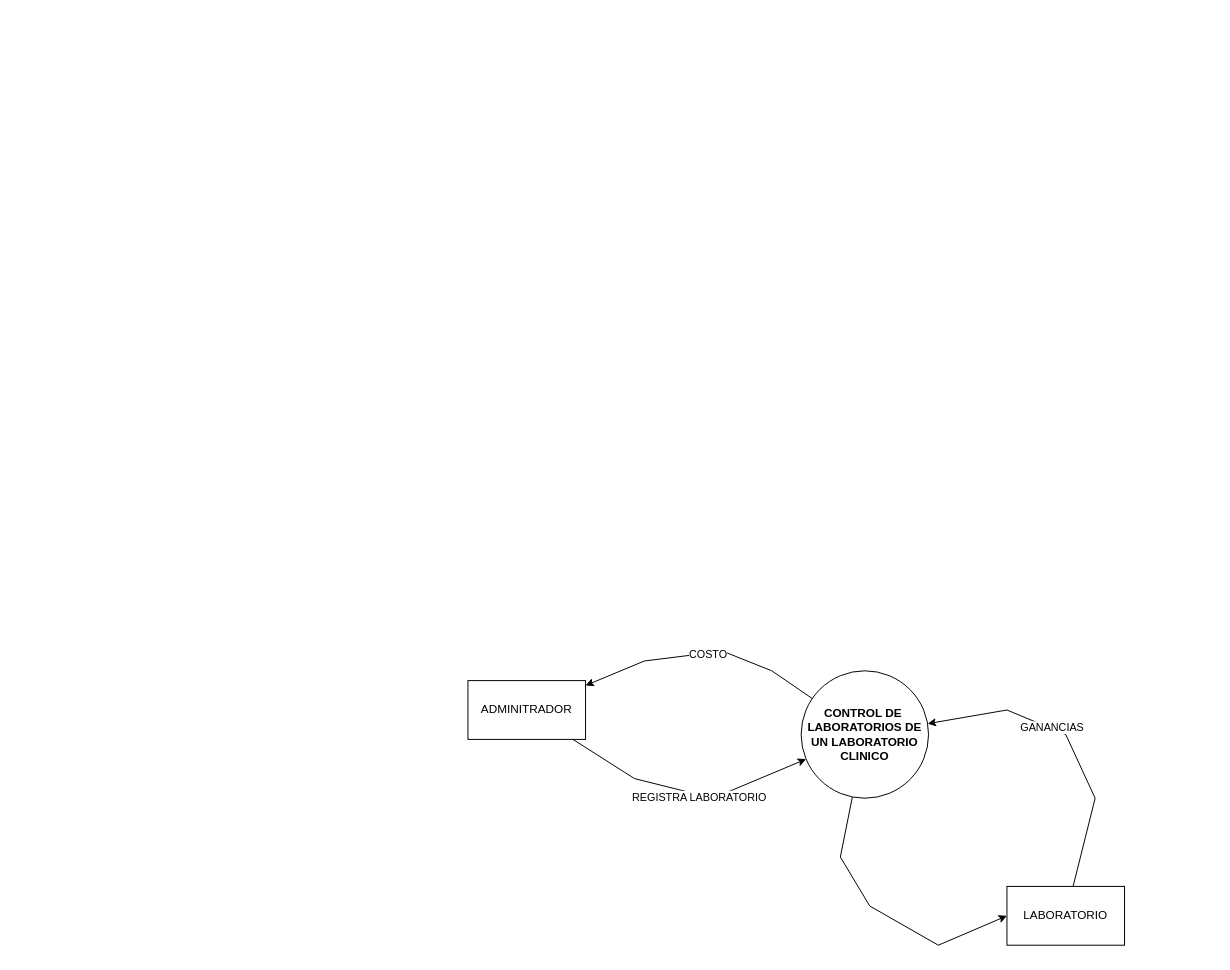
The draw.io diagram tarea.drawio in tomyivan/juez-pato, before the edit. Source tidied: cells renumbered, new cells numbered last; positions are measured from the earlier drawing's top-left corner, leaving out a move shared by most shapes. Both pictures are drawn from the tidied source at 98%, with x=0, y=0 at pixel (467, 651).
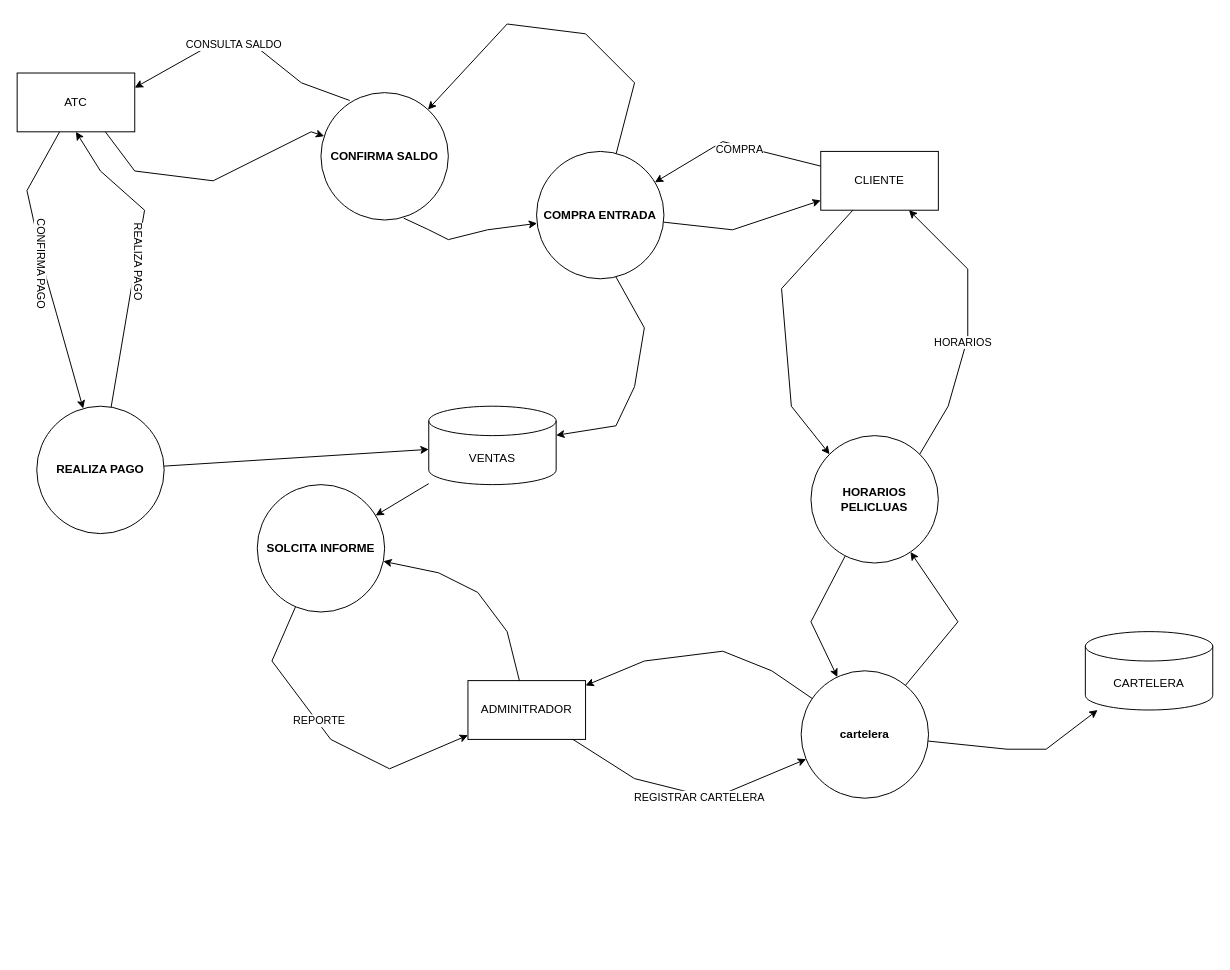
The same diagram, later.

Unchanged cells that the change refers to:
```xml
<mxCell id="3" value="ADMINITRADOR" style="rounded=0;whiteSpace=wrap;html=1;" parent="1" vertex="1">
  <mxGeometry y="30" width="120" height="60" as="geometry" />
</mxCell>
<mxCell id="4" style="endArrow=classic;html=1;rounded=0;" parent="1" edge="1" source="2" target="3">
  <mxGeometry relative="1" as="geometry">
    <Array as="points">
      <mxPoint x="310" y="20" />
      <mxPoint x="260" />
      <mxPoint x="180" y="10" />
    </Array>
  </mxGeometry>
</mxCell>
<mxCell id="6" style="endArrow=classic;html=1;rounded=0;" parent="1" edge="1" source="3" target="2">
  <mxGeometry relative="1" as="geometry">
    <Array as="points">
      <mxPoint x="170" y="130" />
      <mxPoint x="250" y="150" />
    </Array>
  </mxGeometry>
</mxCell>
```

What changed in the source:
```diff
@@
-    <mxCell id="2" value="&lt;b&gt;CONTROL DE&amp;nbsp; LABORATORIOS DE UN LABORATORIO CLINICO&lt;/b&gt;" style="ellipse;whiteSpace=wrap;html=1;" parent="1" vertex="1">
+    <mxCell id="2" value="&lt;b&gt;cartelera&lt;/b&gt;" style="ellipse;whiteSpace=wrap;html=1;" parent="1" vertex="1">
       <mxGeometry x="340" y="20" width="130" height="130" as="geometry" />
     </mxCell>
@@
-    <mxCell id="5" value="COSTO" style="edgeLabel;html=1;align=center;verticalAlign=middle;" parent="4" vertex="1">
-      <mxGeometry x="-0.04" y="1" relative="1" as="geometry" />
-    </mxCell>
@@
-    <mxCell id="7" value="REGISTRA LABORATORIO" style="edgeLabel;html=1;align=center;verticalAlign=middle;" parent="6" vertex="1">
+    <mxCell id="7" value="REGISTRAR CARTELERA" style="edgeLabel;html=1;align=center;verticalAlign=middle;" parent="6" vertex="1">
       <mxGeometry x="0.1" y="-2" relative="1" as="geometry" />
     </mxCell>
-    <mxCell id="8" value="LABORATORIO" style="rounded=0;whiteSpace=wrap;html=1;" parent="1" vertex="1">
-      <mxGeometry x="550" y="240" width="120" height="60" as="geometry" />
-    </mxCell>
-    <mxCell id="9" style="endArrow=classic;html=1;rounded=0;" parent="1" edge="1" source="8" target="2">
-      <mxGeometry relative="1" as="geometry">
-        <Array as="points">
-          <mxPoint x="640" y="150" />
-          <mxPoint x="610" y="85" />
-          <mxPoint x="550" y="60" />
-        </Array>
-      </mxGeometry>
-    </mxCell>
-    <mxCell id="10" value="GANANCIAS" style="edgeLabel;html=1;align=center;verticalAlign=middle;" parent="9" vertex="1">
-      <mxGeometry x="0.16" y="-1" relative="1" as="geometry" />
-    </mxCell>
-    <mxCell id="11" style="endArrow=classic;html=1;rounded=0;entryX=0;entryY=0.5;entryDx=0;entryDy=0;" parent="1" edge="1" source="2" target="8">
+    <mxCell id="11" style="endArrow=classic;html=1;rounded=0;" parent="1" edge="1" source="2" target="12">
       <mxGeometry relative="1" as="geometry">
         <Array as="points">
-          <mxPoint x="380" y="210" />
-          <mxPoint x="410" y="260" />
-          <mxPoint x="480" y="300" />
+          <mxPoint x="550" y="100" />
+          <mxPoint x="590" y="100" />
         </Array>
       </mxGeometry>
     </mxCell>
+    <mxCell id="12" value="CARTELERA" style="shape=cylinder3;whiteSpace=wrap;html=1;boundedLbl=1;backgroundOutline=1;size=15;" parent="1" vertex="1">
+      <mxGeometry x="630" y="-20" width="130" height="80" as="geometry" />
+    </mxCell>
+    <mxCell id="13" value="CLIENTE" style="rounded=0;whiteSpace=wrap;html=1;" parent="1" vertex="1">
+      <mxGeometry x="360" y="-510" width="120" height="60" as="geometry" />
+    </mxCell>
+    <mxCell id="14" value="ATC" style="rounded=0;whiteSpace=wrap;html=1;" parent="1" vertex="1">
+      <mxGeometry x="-460" y="-590" width="120" height="60" as="geometry" />
+    </mxCell>
+    <mxCell id="15" value="VENTAS" style="shape=cylinder3;whiteSpace=wrap;html=1;boundedLbl=1;backgroundOutline=1;size=15;" parent="1" vertex="1">
+      <mxGeometry x="-40" y="-250" width="130" height="80" as="geometry" />
+    </mxCell>
+    <mxCell id="16" value="&lt;b&gt;HORARIOS PELICLUAS&lt;/b&gt;" style="ellipse;whiteSpace=wrap;html=1;" parent="1" vertex="1">
+      <mxGeometry x="350" y="-220" width="130" height="130" as="geometry" />
+    </mxCell>
+    <mxCell id="17" value="&lt;b&gt;SOLCITA INFORME&lt;/b&gt;" style="ellipse;whiteSpace=wrap;html=1;" parent="1" vertex="1">
+      <mxGeometry x="-215" y="-170" width="130" height="130" as="geometry" />
+    </mxCell>
+    <mxCell id="18" style="endArrow=classic;html=1;rounded=0;" parent="1" edge="1" source="3" target="17">
+      <mxGeometry relative="1" as="geometry">
+        <Array as="points">
+          <mxPoint x="40" y="-20" />
+          <mxPoint x="10" y="-60" />
+          <mxPoint x="-30" y="-80" />
+        </Array>
+      </mxGeometry>
+    </mxCell>
+    <mxCell id="19" style="endArrow=classic;html=1;rounded=0;" parent="1" edge="1" source="17" target="3">
+      <mxGeometry relative="1" as="geometry">
+        <Array as="points">
+          <mxPoint x="-200" y="10" />
+          <mxPoint x="-140" y="90" />
+          <mxPoint x="-80" y="120" />
+        </Array>
+      </mxGeometry>
+    </mxCell>
+    <mxCell id="20" value="REPORTE" style="edgeLabel;html=1;align=center;verticalAlign=middle;" parent="19" vertex="1">
+      <mxGeometry x="-0.13" y="2" relative="1" as="geometry" />
+    </mxCell>
+    <mxCell id="21" style="endArrow=classic;html=1;rounded=0;" parent="1" edge="1" source="15" target="17">
+      <mxGeometry relative="1" as="geometry" />
+    </mxCell>
+    <mxCell id="22" style="endArrow=classic;html=1;rounded=0;entryX=0;entryY=0;entryDx=0;entryDy=0;" parent="1" edge="1" source="13" target="16">
+      <mxGeometry relative="1" as="geometry">
+        <Array as="points">
+          <mxPoint x="320" y="-370" />
+          <mxPoint x="330" y="-250" />
+        </Array>
+      </mxGeometry>
+    </mxCell>
+    <mxCell id="23" style="endArrow=classic;html=1;rounded=0;entryX=0.75;entryY=1;entryDx=0;entryDy=0;exitX=1;exitY=0;exitDx=0;exitDy=0;" parent="1" edge="1" source="16" target="13">
+      <mxGeometry relative="1" as="geometry">
+        <Array as="points">
+          <mxPoint x="490" y="-250" />
+          <mxPoint x="510" y="-320" />
+          <mxPoint x="510" y="-390" />
+        </Array>
+      </mxGeometry>
+    </mxCell>
+    <mxCell id="24" value="HORARIOS" style="edgeLabel;html=1;align=center;verticalAlign=middle;" parent="23" vertex="1">
+      <mxGeometry x="-0.12" y="4" relative="1" as="geometry">
+        <mxPoint y="1" as="offset" />
+      </mxGeometry>
+    </mxCell>
+    <mxCell id="25" style="endArrow=classic;html=1;rounded=0;" parent="1" edge="1" source="16" target="2">
+      <mxGeometry relative="1" as="geometry">
+        <Array as="points">
+          <mxPoint x="350" y="-30" />
+        </Array>
+      </mxGeometry>
+    </mxCell>
+    <mxCell id="26" style="endArrow=classic;html=1;rounded=0;" parent="1" edge="1" source="2" target="16">
+      <mxGeometry relative="1" as="geometry">
+        <Array as="points">
+          <mxPoint x="500" y="-30" />
+        </Array>
+      </mxGeometry>
+    </mxCell>
+    <mxCell id="27" value="&lt;b&gt;COMPRA ENTRADA&lt;/b&gt;" style="ellipse;whiteSpace=wrap;html=1;" parent="1" vertex="1">
+      <mxGeometry x="70" y="-510" width="130" height="130" as="geometry" />
+    </mxCell>
+    <mxCell id="28" style="endArrow=classic;html=1;rounded=0;exitX=0;exitY=0.25;exitDx=0;exitDy=0;" parent="1" edge="1" source="13" target="27">
+      <mxGeometry relative="1" as="geometry">
+        <Array as="points">
+          <mxPoint x="260" y="-520" />
+        </Array>
+      </mxGeometry>
+    </mxCell>
+    <mxCell id="29" value="COMPRA" style="edgeLabel;html=1;align=center;verticalAlign=middle;" parent="28" vertex="1">
+      <mxGeometry x="-0.09" y="3" relative="1" as="geometry">
+        <mxPoint x="-1" as="offset" />
+      </mxGeometry>
+    </mxCell>
+    <mxCell id="30" style="endArrow=classic;html=1;rounded=0;" parent="1" edge="1" source="27" target="13">
+      <mxGeometry relative="1" as="geometry">
+        <Array as="points">
+          <mxPoint x="270" y="-430" />
+        </Array>
+      </mxGeometry>
+    </mxCell>
+    <mxCell id="31" style="endArrow=classic;html=1;rounded=0;exitX=0.623;exitY=0.985;exitDx=0;exitDy=0;exitPerimeter=0;" parent="1" edge="1" source="27" target="15">
+      <mxGeometry relative="1" as="geometry">
+        <Array as="points">
+          <mxPoint x="180" y="-330" />
+          <mxPoint x="170" y="-270" />
+          <mxPoint x="151" y="-230" />
+        </Array>
+      </mxGeometry>
+    </mxCell>
+    <mxCell id="32" value="&lt;b&gt;CONFIRMA SALDO&lt;/b&gt;" style="ellipse;whiteSpace=wrap;html=1;" parent="1" vertex="1">
+      <mxGeometry x="-150" y="-570" width="130" height="130" as="geometry" />
+    </mxCell>
+    <mxCell id="33" value="&lt;b&gt;REALIZA PAGO&lt;/b&gt;" style="ellipse;whiteSpace=wrap;html=1;" parent="1" vertex="1">
+      <mxGeometry x="-440" y="-250" width="130" height="130" as="geometry" />
+    </mxCell>
+    <mxCell id="34" style="endArrow=classic;html=1;rounded=0;" parent="1" edge="1" source="27" target="32">
+      <mxGeometry relative="1" as="geometry">
+        <Array as="points">
+          <mxPoint x="170" y="-580" />
+          <mxPoint x="120" y="-630" />
+          <mxPoint x="40" y="-640" />
+        </Array>
+      </mxGeometry>
+    </mxCell>
+    <mxCell id="35" style="endArrow=classic;html=1;rounded=0;exitX=0.649;exitY=0.985;exitDx=0;exitDy=0;exitPerimeter=0;" parent="1" edge="1" source="32" target="27">
+      <mxGeometry relative="1" as="geometry">
+        <Array as="points">
+          <mxPoint x="-40" y="-430" />
+          <mxPoint x="-20" y="-420" />
+          <mxPoint x="20" y="-430" />
+        </Array>
+      </mxGeometry>
+    </mxCell>
+    <mxCell id="36" style="endArrow=classic;html=1;rounded=0;entryX=0.5;entryY=1;entryDx=0;entryDy=0;" parent="1" edge="1" source="33" target="14">
+      <mxGeometry relative="1" as="geometry">
+        <Array as="points">
+          <mxPoint x="-330" y="-450" />
+          <mxPoint x="-375" y="-490" />
+        </Array>
+      </mxGeometry>
+    </mxCell>
+    <mxCell id="37" value="REALIZA PAGO" style="edgeLabel;html=1;align=center;verticalAlign=middle;rotation=90;" parent="36" vertex="1">
+      <mxGeometry x="-0.02" y="-3" relative="1" as="geometry" />
+    </mxCell>
+    <mxCell id="38" style="endArrow=classic;html=1;rounded=0;" parent="1" edge="1" source="14" target="33">
+      <mxGeometry relative="1" as="geometry">
+        <Array as="points">
+          <mxPoint x="-450" y="-470" />
+          <mxPoint x="-430" y="-380" />
+          <mxPoint x="-420" y="-345" />
+        </Array>
+      </mxGeometry>
+    </mxCell>
+    <mxCell id="39" value="CONFIRMA PAGO" style="edgeLabel;html=1;align=center;verticalAlign=middle;rotation=90;" parent="38" vertex="1">
+      <mxGeometry x="-0.03" y="-2" relative="1" as="geometry">
+        <mxPoint y="-1" as="offset" />
+      </mxGeometry>
+    </mxCell>
+    <mxCell id="40" style="endArrow=classic;html=1;rounded=0;entryX=1;entryY=0.25;entryDx=0;entryDy=0;exitX=0.226;exitY=0.062;exitDx=0;exitDy=0;exitPerimeter=0;" parent="1" edge="1" source="32" target="14">
+      <mxGeometry relative="1" as="geometry">
+        <Array as="points">
+          <mxPoint x="-170" y="-580" />
+          <mxPoint x="-220" y="-620" />
+          <mxPoint x="-260" y="-620" />
+        </Array>
+      </mxGeometry>
+    </mxCell>
+    <mxCell id="41" value="CONSULTA SALDO" style="edgeLabel;html=1;align=center;verticalAlign=middle;" parent="40" vertex="1">
+      <mxGeometry x="-0.46" y="-3" relative="1" as="geometry">
+        <mxPoint x="-60" y="-28" as="offset" />
+      </mxGeometry>
+    </mxCell>
+    <mxCell id="42" style="endArrow=classic;html=1;rounded=0;exitX=0.75;exitY=1;exitDx=0;exitDy=0;" parent="1" edge="1" source="14" target="32">
+      <mxGeometry relative="1" as="geometry">
+        <Array as="points">
+          <mxPoint x="-340" y="-490" />
+          <mxPoint x="-260" y="-480" />
+          <mxPoint x="-160" y="-530" />
+        </Array>
+      </mxGeometry>
+    </mxCell>
+    <mxCell id="43" style="endArrow=classic;html=1;rounded=0;" parent="1" edge="1" source="33" target="15">
+      <mxGeometry relative="1" as="geometry" />
+    </mxCell>
```
